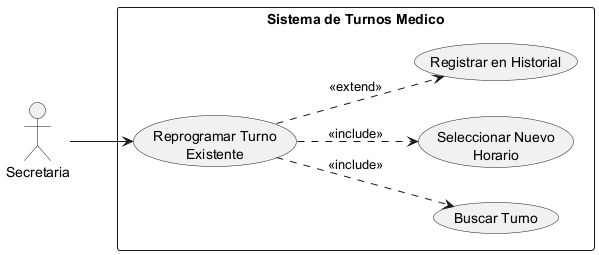
Earlier version of the PlantUML export diagramas/02-casos-de-uso/02-caso-uso-reprogramar-turno-existente-02.png (Purezaamor/SistemaTurnosMedicos).
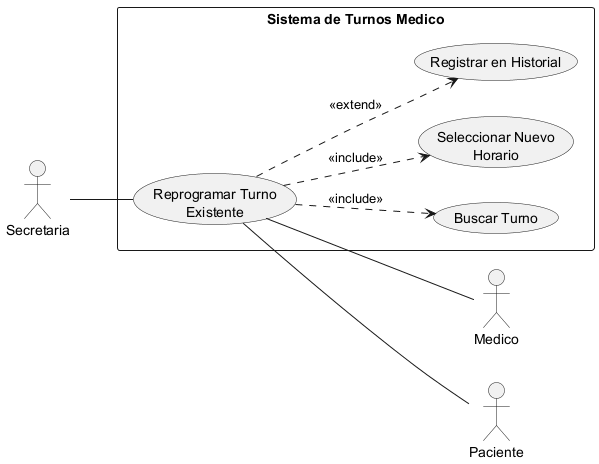
Above is the later version.

Commit message:
fix: breve detallado de Ajustes realizados y correccion en diagrama de caso de uso 2

What changed in the source:
```diff
@@ -11,7 +11,13 @@
     usecase "Registrar en Historial" as UC4
 }
 
-Secretaria --> UC1
+actor "Medico" as Medico
+actor "Paciente" as Paciente
+
+Secretaria -- UC1
+
+UC1 -- Medico
+UC1 -- Paciente
 
 UC1 ..> UC2 : <<include>>
 UC1 ..> UC3 : <<include>>
```
